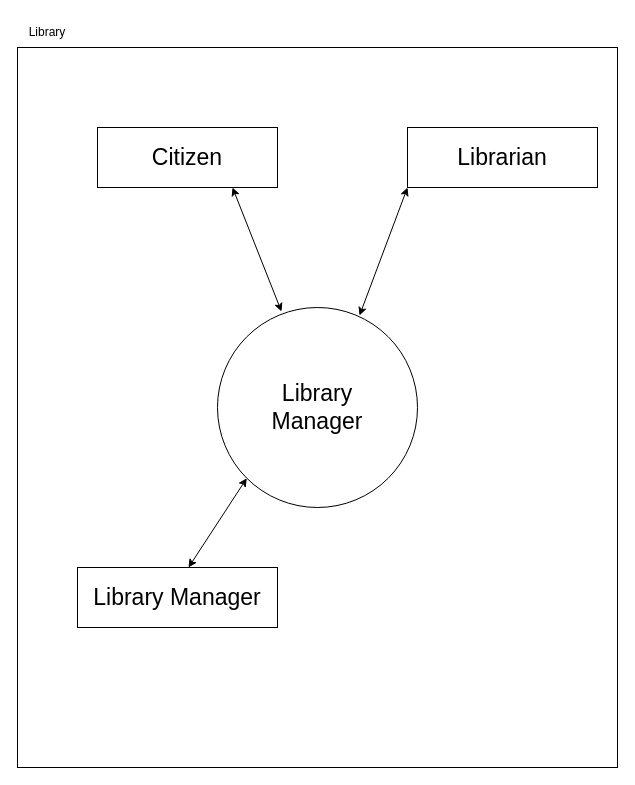
Before: context.drawio in Sam-Neale/libraryManager, a draw.io diagram. Source tidied: cells renumbered, new cells numbered last; positions are measured from the earlier drawing's top-left corner, leaving out a move shared by most shapes. Both pictures are drawn from the tidied source at 100%, with x=0, y=0 at pixel (17, 17).
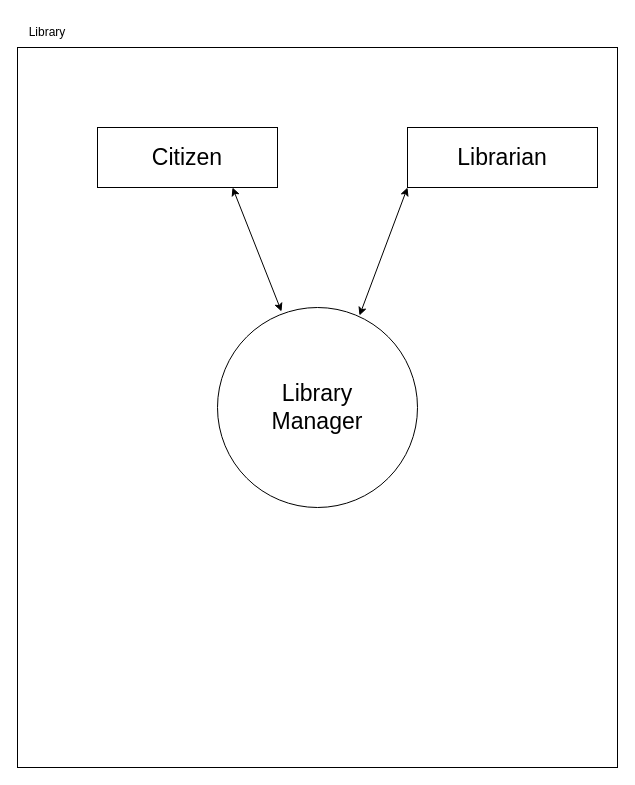
Above is the later version.

The edit, as a diff of the source:
```diff
@@
 <mxGraphModel>
   <root>
     <mxCell id="0" />
     <mxCell id="1" parent="0" />
     <mxCell id="2" style="whiteSpace=wrap;html=1;" parent="1" vertex="1">
       <mxGeometry y="30" width="600" height="720" as="geometry" />
     </mxCell>
     <mxCell id="3" value="Library" style="text;html=1;strokeColor=none;fillColor=none;align=center;verticalAlign=middle;whiteSpace=wrap;rounded=0;" parent="1" vertex="1">
       <mxGeometry width="60" height="30" as="geometry" />
     </mxCell>
     <mxCell id="4" style="ellipse;whiteSpace=wrap;html=1;" parent="1" vertex="1">
       <mxGeometry x="200" y="290" width="200" height="200" as="geometry" />
     </mxCell>
     <mxCell id="5" value="Library Manager" style="text;html=1;strokeColor=none;fillColor=none;align=center;verticalAlign=middle;whiteSpace=wrap;rounded=0;fontSize=23;" parent="1" vertex="1">
       <mxGeometry x="235" y="346.5" width="130" height="87" as="geometry" />
     </mxCell>
     <mxCell id="6" style="whiteSpace=wrap;html=1;fontSize=23;" parent="1" vertex="1">
       <mxGeometry x="80" y="110" width="180" height="60" as="geometry" />
     </mxCell>
     <mxCell id="7" value="Citizen" style="text;html=1;strokeColor=none;fillColor=none;align=center;verticalAlign=middle;whiteSpace=wrap;rounded=0;fontSize=23;" parent="1" vertex="1">
       <mxGeometry x="90" y="125" width="160" height="30" as="geometry" />
     </mxCell>
     <mxCell id="8" style="endArrow=classic;startArrow=classic;html=1;rounded=0;fontSize=23;entryX=0.75;entryY=1;entryDx=0;entryDy=0;exitX=0.32;exitY=0.02;exitDx=0;exitDy=0;exitPerimeter=0;" parent="1" edge="1" source="4" target="6">
       <mxGeometry relative="1" as="geometry" />
     </mxCell>
     <mxCell id="9" style="rounded=0;whiteSpace=wrap;html=1;fontSize=23;" parent="1" vertex="1">
       <mxGeometry x="390" y="110" width="190" height="60" as="geometry" />
     </mxCell>
     <mxCell id="10" value="Librarian" style="text;html=1;strokeColor=none;fillColor=none;align=center;verticalAlign=middle;whiteSpace=wrap;rounded=0;fontSize=23;" parent="1" vertex="1">
       <mxGeometry x="430" y="125" width="110" height="30" as="geometry" />
     </mxCell>
     <mxCell id="11" style="endArrow=classic;startArrow=classic;html=1;rounded=0;fontSize=23;entryX=0;entryY=1;entryDx=0;entryDy=0;exitX=0.71;exitY=0.04;exitDx=0;exitDy=0;exitPerimeter=0;" parent="1" edge="1" source="4" target="9">
       <mxGeometry relative="1" as="geometry" />
     </mxCell>
-    <mxCell id="12" style="rounded=0;whiteSpace=wrap;html=1;fontSize=23;" parent="1" vertex="1">
-      <mxGeometry x="60" y="550" width="200" height="60" as="geometry" />
-    </mxCell>
-    <mxCell id="13" value="Library Manager" style="text;html=1;strokeColor=none;fillColor=none;align=center;verticalAlign=middle;whiteSpace=wrap;rounded=0;fontSize=23;" parent="1" vertex="1">
-      <mxGeometry x="70" y="565" width="180" height="30" as="geometry" />
-    </mxCell>
-    <mxCell id="14" style="endArrow=classic;startArrow=classic;html=1;rounded=0;fontSize=23;entryX=0;entryY=1;entryDx=0;entryDy=0;exitX=0.555;exitY=0;exitDx=0;exitDy=0;exitPerimeter=0;" parent="1" edge="1" source="12" target="4">
-      <mxGeometry relative="1" as="geometry" />
-    </mxCell>
   </root>
 </mxGraphModel>
```
